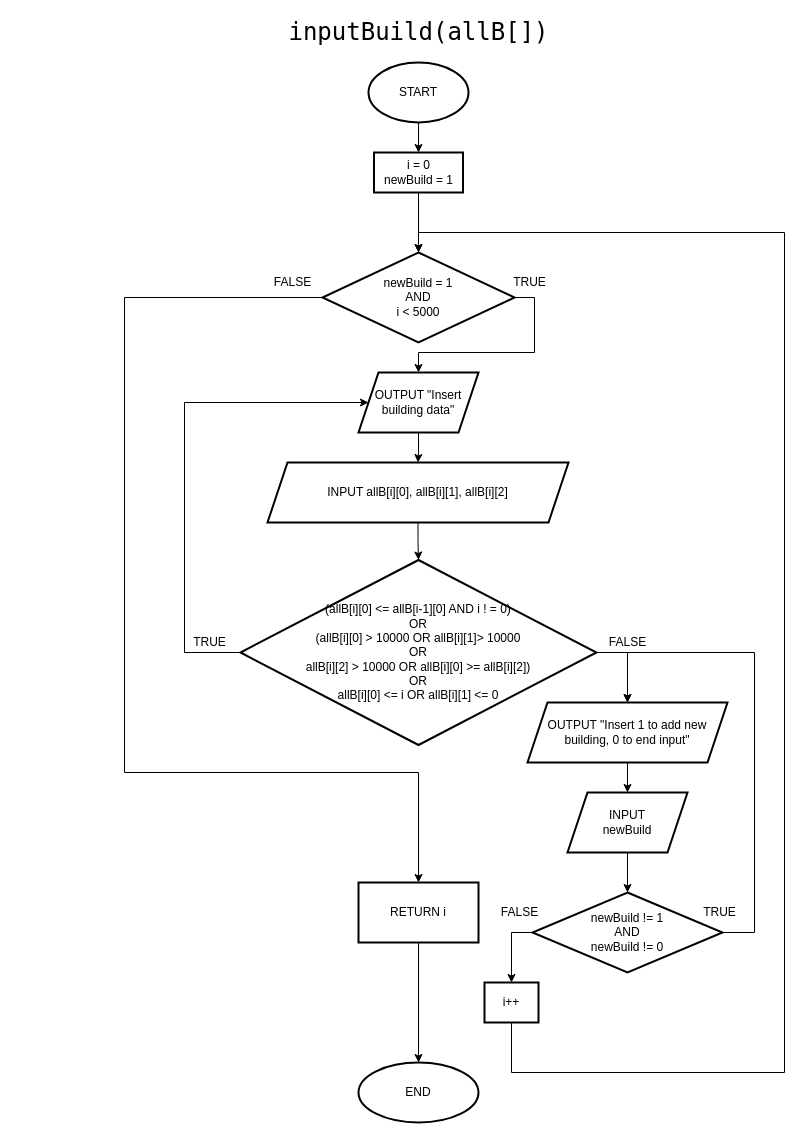
The draw.io diagram page "inputBuild(int allB[])" (2 of 5) of Skyline.drawio in Rexrder/skyline, before the edit. Source tidied: cells renumbered, new cells numbered last; positions are measured from the earlier drawing's top-left corner, leaving out a move shared by most shapes. Both pictures are drawn from the tidied source at 100%, with x=0, y=0 at pixel (124, 17).
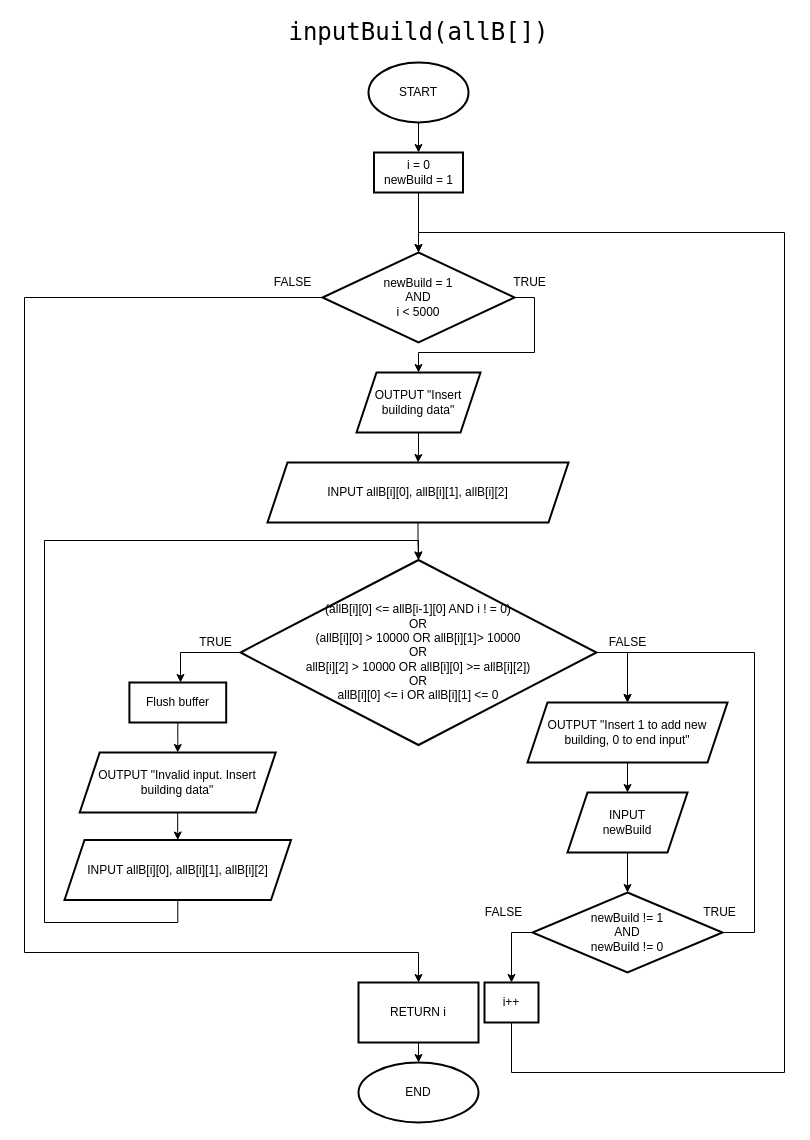
The same diagram, later.

Unchanged cells that the change refers to:
```xml
<mxCell id="10" value="(allB[i][0] &amp;lt;= allB[i-1][0] AND i ! = 0)&lt;br&gt;OR&lt;br&gt;(allB[i][0] &amp;gt; 10000 OR allB[i][1]&amp;gt; 10000&lt;br&gt;OR&lt;br&gt;allB[i][2] &amp;gt; 10000 OR allB[i][0] &amp;gt;= allB[i][2])&lt;br&gt;OR&lt;br&gt;allB[i][0] &amp;lt;= i OR allB[i][1] &amp;lt;= 0" style="rhombus;whiteSpace=wrap;html=1;strokeWidth=2;" parent="1" vertex="1">
  <mxGeometry x="116" y="542.5" width="356" height="185" as="geometry" />
</mxCell>
<mxCell id="19" value="newBuild != 1&lt;br&gt;AND&lt;br&gt;newBuild != 0" style="rhombus;whiteSpace=wrap;html=1;strokeWidth=2;" parent="1" vertex="1">
  <mxGeometry x="408" y="875" width="190" height="80" as="geometry" />
</mxCell>
<mxCell id="23" value="i++" style="whiteSpace=wrap;html=1;strokeWidth=2;" parent="1" vertex="1">
  <mxGeometry x="360" y="965" width="54" height="40" as="geometry" />
</mxCell>
<mxCell id="26" value="newBuild = 1&lt;br&gt;AND&lt;br&gt;i &amp;lt; 5000" style="rhombus;whiteSpace=wrap;html=1;strokeWidth=2;" parent="1" vertex="1">
  <mxGeometry x="198" y="235" width="192" height="90" as="geometry" />
</mxCell>
<mxCell id="29" value="END" style="ellipse;whiteSpace=wrap;html=1;strokeWidth=2;" parent="1" vertex="1">
  <mxGeometry x="234" y="1045" width="120" height="60" as="geometry" />
</mxCell>
```

Change to the diagram source:
```diff
@@
-    <mxCell id="8" style="edgeStyle=orthogonalEdgeStyle;rounded=0;jettySize=auto;html=1;exitX=0;exitY=0.5;exitDx=0;exitDy=0;entryX=0;entryY=0.5;entryDx=0;entryDy=0;" parent="1" edge="1" source="10" target="34">
-      <mxGeometry relative="1" as="geometry">
-        <Array as="points">
-          <mxPoint x="60" y="635" />
-          <mxPoint x="60" y="385" />
-        </Array>
-      </mxGeometry>
-    </mxCell>
@@
+    <mxCell id="35" style="edgeStyle=orthogonalEdgeStyle;rounded=0;jettySize=auto;html=1;fontFamily=Helvetica;" parent="1" edge="1" source="10" target="41">
+      <mxGeometry relative="1" as="geometry">
+        <Array as="points">
+          <mxPoint x="56" y="635" />
+        </Array>
+      </mxGeometry>
+    </mxCell>
@@
-    <mxCell id="11" value="TRUE" style="text;html=1;align=center;verticalAlign=middle;fillColor=none;strokeColor=none;rounded=0;" parent="1" vertex="1">
-      <mxGeometry x="60" y="615" width="50" height="20" as="geometry" />
-    </mxCell>
@@
-    <mxCell id="17" style="edgeStyle=orthogonalEdgeStyle;rounded=0;jettySize=auto;html=1;exitX=0;exitY=0.5;exitDx=0;exitDy=0;" parent="1" edge="1" source="19" target="23">
+    <mxCell id="17" style="edgeStyle=orthogonalEdgeStyle;rounded=0;jettySize=auto;html=1;exitX=0;exitY=0.5;exitDx=0;exitDy=0;entryX=0.5;entryY=0;entryDx=0;entryDy=0;" parent="1" edge="1" source="19" target="23">
       <mxGeometry relative="1" as="geometry">
         <Array as="points">
           <mxPoint x="387" y="915" />
         </Array>
       </mxGeometry>
     </mxCell>
@@
-    <mxCell id="20" value="FALSE" style="text;html=1;align=center;verticalAlign=middle;fillColor=none;strokeColor=none;rounded=0;" parent="1" vertex="1">
-      <mxGeometry x="370" y="885" width="50" height="20" as="geometry" />
-    </mxCell>
@@
-    <mxCell id="25" style="edgeStyle=orthogonalEdgeStyle;rounded=0;jettySize=auto;html=1;" parent="1" edge="1" source="26" target="32">
+    <mxCell id="25" style="edgeStyle=orthogonalEdgeStyle;rounded=0;jettySize=auto;html=1;entryX=0.5;entryY=0;entryDx=0;entryDy=0;fontFamily=Helvetica;" parent="1" edge="1" source="26" target="32">
       <mxGeometry relative="1" as="geometry">
         <Array as="points">
-          <mxPoint y="280" />
-          <mxPoint y="755" />
-          <mxPoint x="294" y="755" />
+          <mxPoint x="-100" y="280" />
+          <mxPoint x="-100" y="935" />
+          <mxPoint x="294" y="935" />
         </Array>
       </mxGeometry>
     </mxCell>
@@
-    <mxCell id="31" style="edgeStyle=orthogonalEdgeStyle;rounded=0;jettySize=auto;html=1;" parent="1" edge="1" source="32" target="29">
+    <mxCell id="31" style="edgeStyle=orthogonalEdgeStyle;rounded=0;jettySize=auto;html=1;exitX=0.5;exitY=1;exitDx=0;exitDy=0;entryX=0.5;entryY=0;entryDx=0;entryDy=0;" parent="1" edge="1" source="32" target="29">
       <mxGeometry relative="1" as="geometry" />
     </mxCell>
     <mxCell id="32" value="RETURN i" style="whiteSpace=wrap;html=1;strokeWidth=2;" parent="1" vertex="1">
-      <mxGeometry x="234" y="865" width="120" height="60" as="geometry" />
+      <mxGeometry x="234" y="965" width="120" height="60" as="geometry" />
     </mxCell>
@@
     <mxCell id="34" value="&lt;span&gt;OUTPUT &quot;Insert building data&quot;&lt;/span&gt;" style="shape=parallelogram;perimeter=parallelogramPerimeter;whiteSpace=wrap;html=1;fixedSize=1;strokeWidth=2;" parent="1" vertex="1">
-      <mxGeometry x="234" y="355" width="120" height="60" as="geometry" />
+      <mxGeometry x="232" y="355" width="124" height="60" as="geometry" />
     </mxCell>
+    <mxCell id="36" style="edgeStyle=orthogonalEdgeStyle;rounded=0;jettySize=auto;html=1;entryX=0.5;entryY=0;entryDx=0;entryDy=0;fontFamily=Helvetica;" parent="1" edge="1" source="37" target="10">
+      <mxGeometry relative="1" as="geometry">
+        <Array as="points">
+          <mxPoint x="53" y="905" />
+          <mxPoint x="-80" y="905" />
+          <mxPoint x="-80" y="523" />
+          <mxPoint x="294" y="523" />
+        </Array>
+      </mxGeometry>
+    </mxCell>
+    <mxCell id="37" value="INPUT allB[i][0], allB[i][1], allB[i][2]" style="shape=parallelogram;perimeter=parallelogramPerimeter;whiteSpace=wrap;html=1;fixedSize=1;strokeWidth=2;" parent="1" vertex="1">
+      <mxGeometry x="-60" y="822.5" width="226.5" height="60" as="geometry" />
+    </mxCell>
+    <mxCell id="38" style="edgeStyle=orthogonalEdgeStyle;rounded=0;jettySize=auto;html=1;" parent="1" edge="1" source="39" target="37">
+      <mxGeometry relative="1" as="geometry" />
+    </mxCell>
+    <mxCell id="39" value="OUTPUT &quot;Invalid input. Insert building data&quot;" style="shape=parallelogram;perimeter=parallelogramPerimeter;whiteSpace=wrap;fixedSize=1;strokeWidth=2;" parent="1" vertex="1">
+      <mxGeometry x="-44.8" y="735" width="196" height="60" as="geometry" />
+    </mxCell>
+    <mxCell id="20" value="FALSE" style="text;html=1;align=center;verticalAlign=middle;fillColor=none;strokeColor=none;rounded=0;" parent="1" vertex="1">
+      <mxGeometry x="354" y="885" width="50" height="20" as="geometry" />
+    </mxCell>
+    <mxCell id="11" value="TRUE" style="text;html=1;align=center;verticalAlign=middle;fillColor=none;strokeColor=none;rounded=0;" parent="1" vertex="1">
+      <mxGeometry x="66" y="615" width="50" height="20" as="geometry" />
+    </mxCell>
+    <mxCell id="40" style="edgeStyle=orthogonalEdgeStyle;rounded=0;jettySize=auto;html=1;exitX=0.5;exitY=1;exitDx=0;exitDy=0;fontFamily=Helvetica;" parent="1" edge="1" source="41" target="39">
+      <mxGeometry relative="1" as="geometry" />
+    </mxCell>
+    <mxCell id="41" value="Flush buffer" style="whiteSpace=wrap;html=1;strokeWidth=2;" parent="1" vertex="1">
+      <mxGeometry x="4.9" y="665" width="96.8" height="40" as="geometry" />
+    </mxCell>
```
